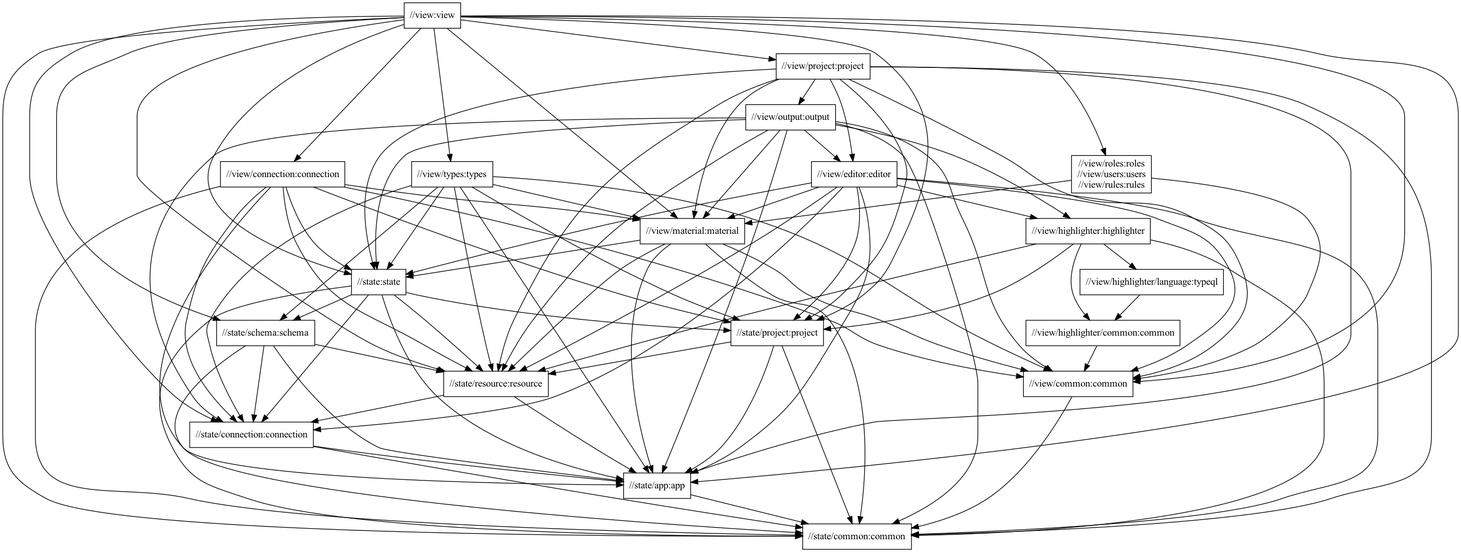
This is docs/global-package-structure.png from typedb/typedb-studio, a Graphviz export, as it was before one commit. Its source is kept beside it as docs/global-package-structure.dot.
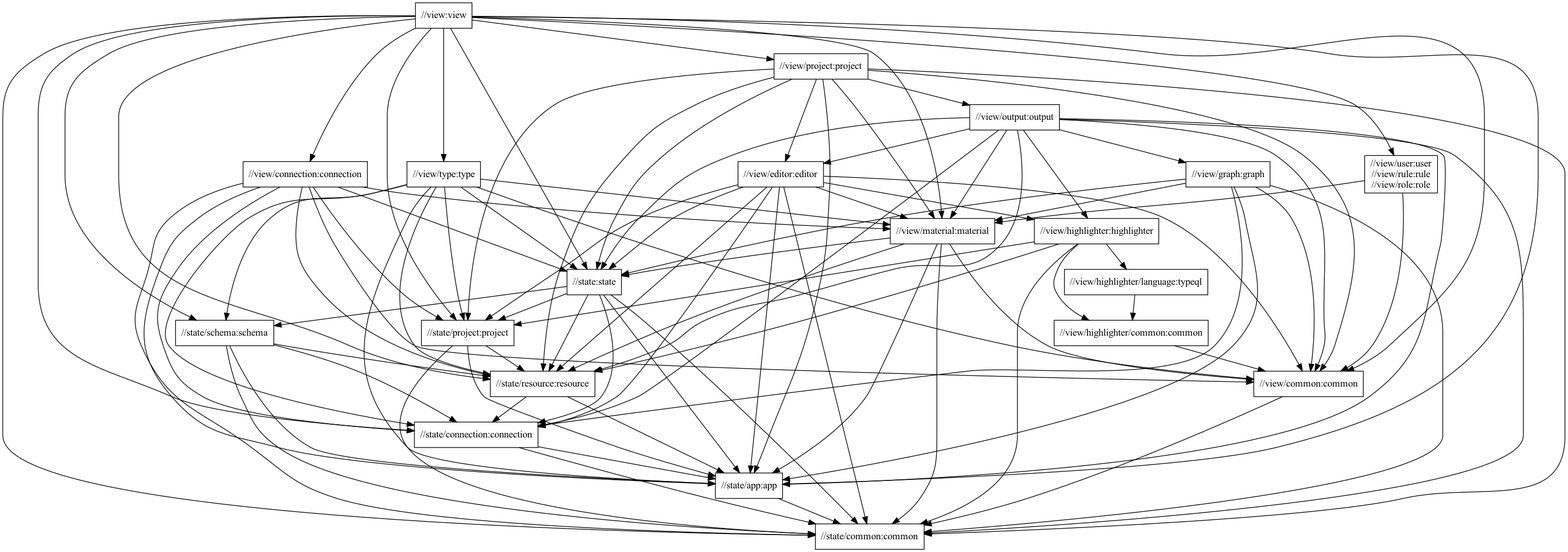
After the commit.

Commit message:
Update package structure documentation diagrams

The edit, as a diff of the source:
```diff
@@ -12,29 +12,11 @@
   "//view:view" -> "//view/connection:connection"
   "//view:view" -> "//view/material:material"
   "//view:view" -> "//view/project:project"
-  "//view:view" -> "//view/roles:roles\n//view/users:users\n//view/rules:rules"
-  "//view:view" -> "//view/types:types"
-  "//view/connection:connection"
-  "//view/connection:connection" -> "//state:state"
-  "//view/connection:connection" -> "//state/app:app"
-  "//view/connection:connection" -> "//state/common:common"
-  "//view/connection:connection" -> "//state/connection:connection"
-  "//view/connection:connection" -> "//state/project:project"
-  "//view/connection:connection" -> "//state/resource:resource"
-  "//view/connection:connection" -> "//view/common:common"
-  "//view/connection:connection" -> "//view/material:material"
-  "//view/roles:roles\n//view/users:users\n//view/rules:rules"
-  "//view/roles:roles\n//view/users:users\n//view/rules:rules" -> "//view/common:common"
-  "//view/roles:roles\n//view/users:users\n//view/rules:rules" -> "//view/material:material"
-  "//view/types:types"
-  "//view/types:types" -> "//state:state"
-  "//view/types:types" -> "//state/app:app"
-  "//view/types:types" -> "//state/connection:connection"
-  "//view/types:types" -> "//state/project:project"
-  "//view/types:types" -> "//state/resource:resource"
-  "//view/types:types" -> "//state/schema:schema"
-  "//view/types:types" -> "//view/common:common"
-  "//view/types:types" -> "//view/material:material"
+  "//view:view" -> "//view/user:user\n//view/rule:rule\n//view/role:role"
+  "//view:view" -> "//view/type:type"
+  "//view/user:user\n//view/rule:rule\n//view/role:role"
+  "//view/user:user\n//view/rule:rule\n//view/role:role" -> "//view/common:common"
+  "//view/user:user\n//view/rule:rule\n//view/role:role" -> "//view/material:material"
   "//view/project:project"
   "//view/project:project" -> "//state:state"
   "//view/project:project" -> "//state/app:app"
@@ -45,6 +27,15 @@
   "//view/project:project" -> "//view/editor:editor"
   "//view/project:project" -> "//view/material:material"
   "//view/project:project" -> "//view/output:output"
+  "//view/connection:connection"
+  "//view/connection:connection" -> "//state:state"
+  "//view/connection:connection" -> "//state/app:app"
+  "//view/connection:connection" -> "//state/common:common"
+  "//view/connection:connection" -> "//state/connection:connection"
+  "//view/connection:connection" -> "//state/project:project"
+  "//view/connection:connection" -> "//state/resource:resource"
+  "//view/connection:connection" -> "//view/common:common"
+  "//view/connection:connection" -> "//view/material:material"
   "//view/output:output"
   "//view/output:output" -> "//state:state"
   "//view/output:output" -> "//state/app:app"
@@ -53,6 +44,7 @@
   "//view/output:output" -> "//state/resource:resource"
   "//view/output:output" -> "//view/common:common"
   "//view/output:output" -> "//view/editor:editor"
+  "//view/output:output" -> "//view/graph:graph"
   "//view/output:output" -> "//view/highlighter:highlighter"
   "//view/output:output" -> "//view/material:material"
   "//view/editor:editor"
@@ -65,18 +57,40 @@
   "//view/editor:editor" -> "//view/common:common"
   "//view/editor:editor" -> "//view/highlighter:highlighter"
   "//view/editor:editor" -> "//view/material:material"
+  "//view/highlighter:highlighter"
+  "//view/highlighter:highlighter" -> "//state/common:common"
+  "//view/highlighter:highlighter" -> "//state/project:project"
+  "//view/highlighter:highlighter" -> "//state/resource:resource"
+  "//view/highlighter:highlighter" -> "//view/highlighter/common:common"
+  "//view/highlighter:highlighter" -> "//view/highlighter/language:typeql"
+  "//view/highlighter/language:typeql"
+  "//view/highlighter/language:typeql" -> "//view/highlighter/common:common"
+  "//view/highlighter/common:common"
+  "//view/highlighter/common:common" -> "//view/common:common"
+  "//view/graph:graph"
+  "//view/graph:graph" -> "//state:state"
+  "//view/graph:graph" -> "//state/app:app"
+  "//view/graph:graph" -> "//state/common:common"
+  "//view/graph:graph" -> "//state/connection:connection"
+  "//view/graph:graph" -> "//view/common:common"
+  "//view/graph:graph" -> "//view/material:material"
+  "//view/type:type"
+  "//view/type:type" -> "//state:state"
+  "//view/type:type" -> "//state/app:app"
+  "//view/type:type" -> "//state/connection:connection"
+  "//view/type:type" -> "//state/project:project"
+  "//view/type:type" -> "//state/resource:resource"
+  "//view/type:type" -> "//state/schema:schema"
+  "//view/type:type" -> "//view/common:common"
+  "//view/type:type" -> "//view/material:material"
   "//view/material:material"
   "//view/material:material" -> "//state:state"
   "//view/material:material" -> "//state/app:app"
   "//view/material:material" -> "//state/common:common"
   "//view/material:material" -> "//state/resource:resource"
   "//view/material:material" -> "//view/common:common"
-  "//view/highlighter:highlighter"
-  "//view/highlighter:highlighter" -> "//state/common:common"
-  "//view/highlighter:highlighter" -> "//state/project:project"
-  "//view/highlighter:highlighter" -> "//state/resource:resource"
-  "//view/highlighter:highlighter" -> "//view/highlighter/common:common"
-  "//view/highlighter:highlighter" -> "//view/highlighter/language:typeql"
+  "//view/common:common"
+  "//view/common:common" -> "//state/common:common"
   "//state:state"
   "//state:state" -> "//state/app:app"
   "//state:state" -> "//state/common:common"
@@ -101,11 +115,5 @@
   "//state/connection:connection" -> "//state/common:common"
   "//state/app:app"
   "//state/app:app" -> "//state/common:common"
-  "//view/highlighter/language:typeql"
-  "//view/highlighter/language:typeql" -> "//view/highlighter/common:common"
-  "//view/highlighter/common:common"
-  "//view/highlighter/common:common" -> "//view/common:common"
-  "//view/common:common"
-  "//view/common:common" -> "//state/common:common"
   "//state/common:common"
 }
```
